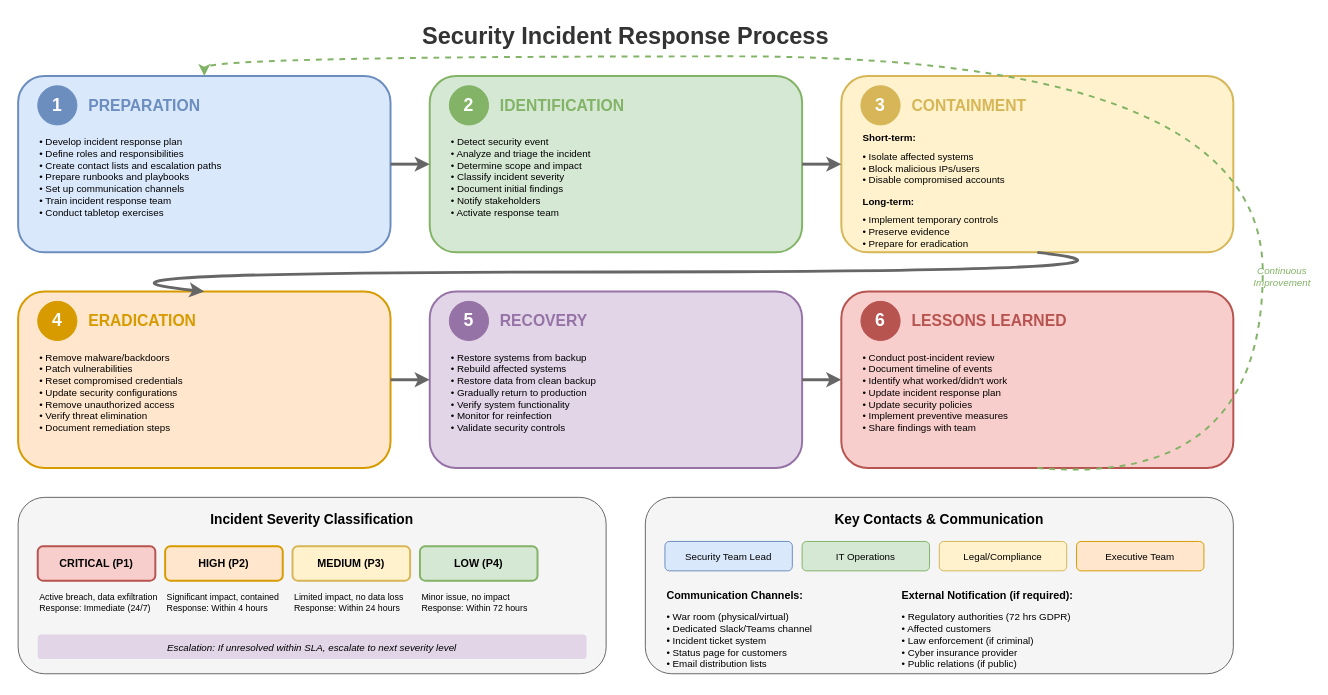
Earlier version of the draw.io diagram lesson-06-security/diagrams/6.3-incident-response.drawio (MrParkerZ7/document-lesson-software-architect-x-claude). Source tidied: cells renumbered, new cells numbered last; positions are measured from the earlier drawing's top-left corner, leaving out a move shared by most shapes. Both pictures are drawn from the tidied source at 98%, with x=0, y=0 at pixel (18, 17).
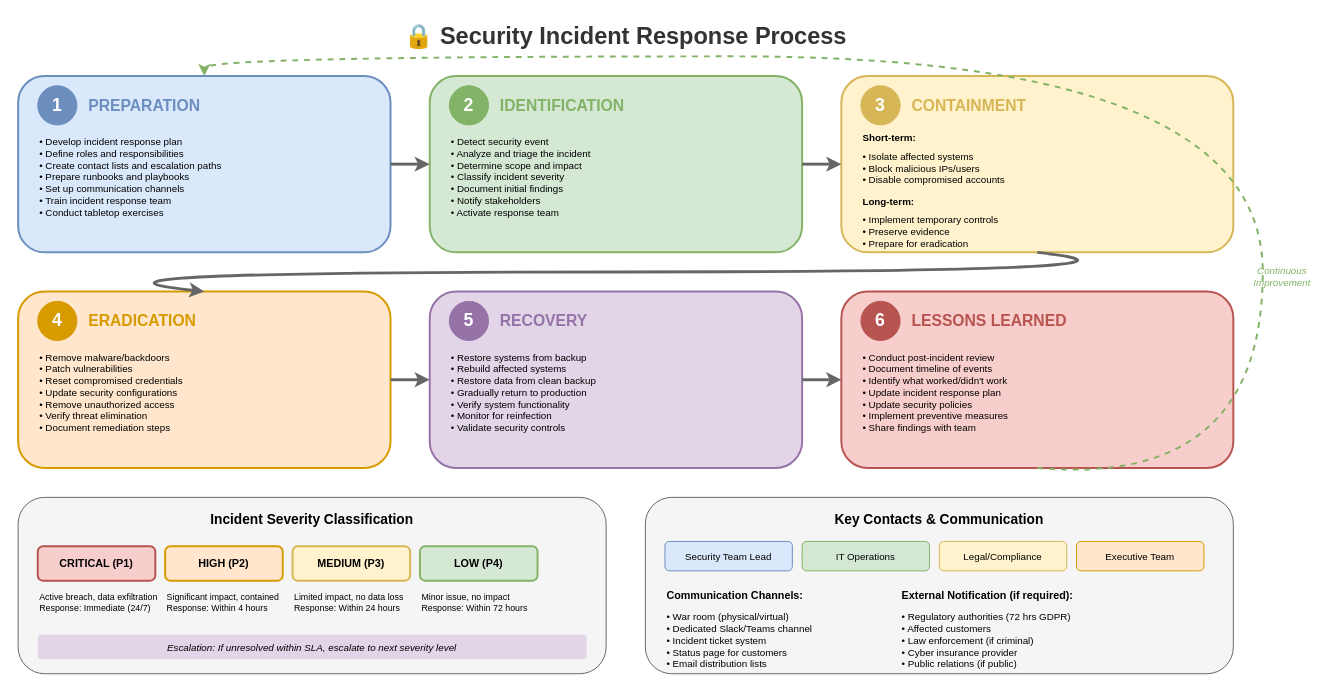
After the change.

What changed in the source:
```diff
@@
-    <mxCell id="2" value="Security Incident Response Process" style="text;html=1;strokeColor=none;fillColor=none;align=center;verticalAlign=middle;whiteSpace=wrap;rounded=0;fontSize=24;fontStyle=1;fontColor=#333333;" parent="1" vertex="1">
+    <mxCell id="2" value="🔒 Security Incident Response Process" style="text;html=1;strokeColor=none;fillColor=none;align=center;verticalAlign=middle;whiteSpace=wrap;rounded=0;fontSize=24;fontStyle=1;fontColor=#333333;" parent="1" vertex="1">
       <mxGeometry x="320" width="600" height="40" as="geometry" />
     </mxCell>
```
